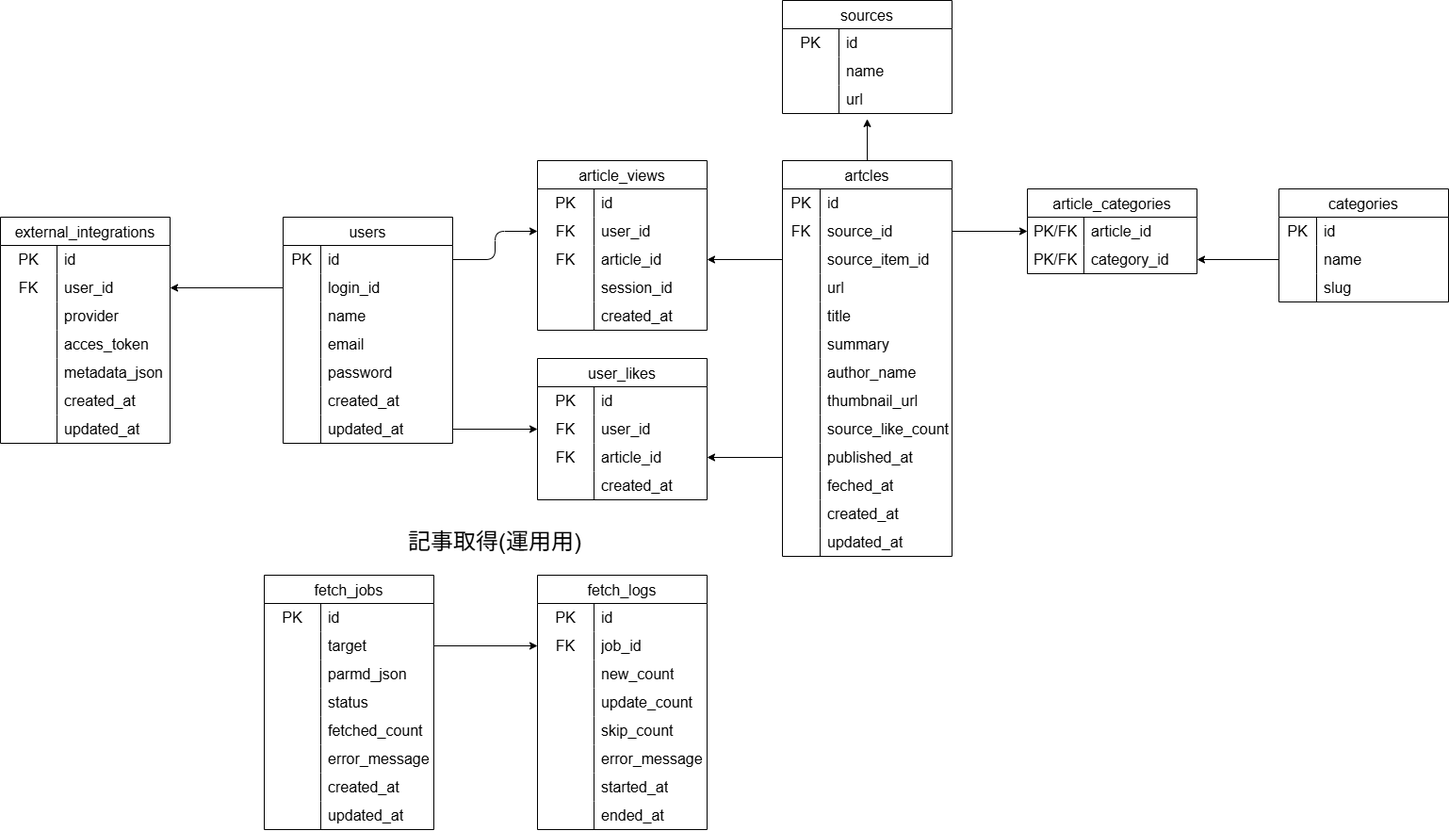
Before: docs/er/app.db.drawio.png, a diagram exported from draw.io (akito-arakawa/TechFeed). Source tidied: cells renumbered, new cells last; positions are measured from the earlier drawing's top-left corner, leaving out a move shared by most shapes.
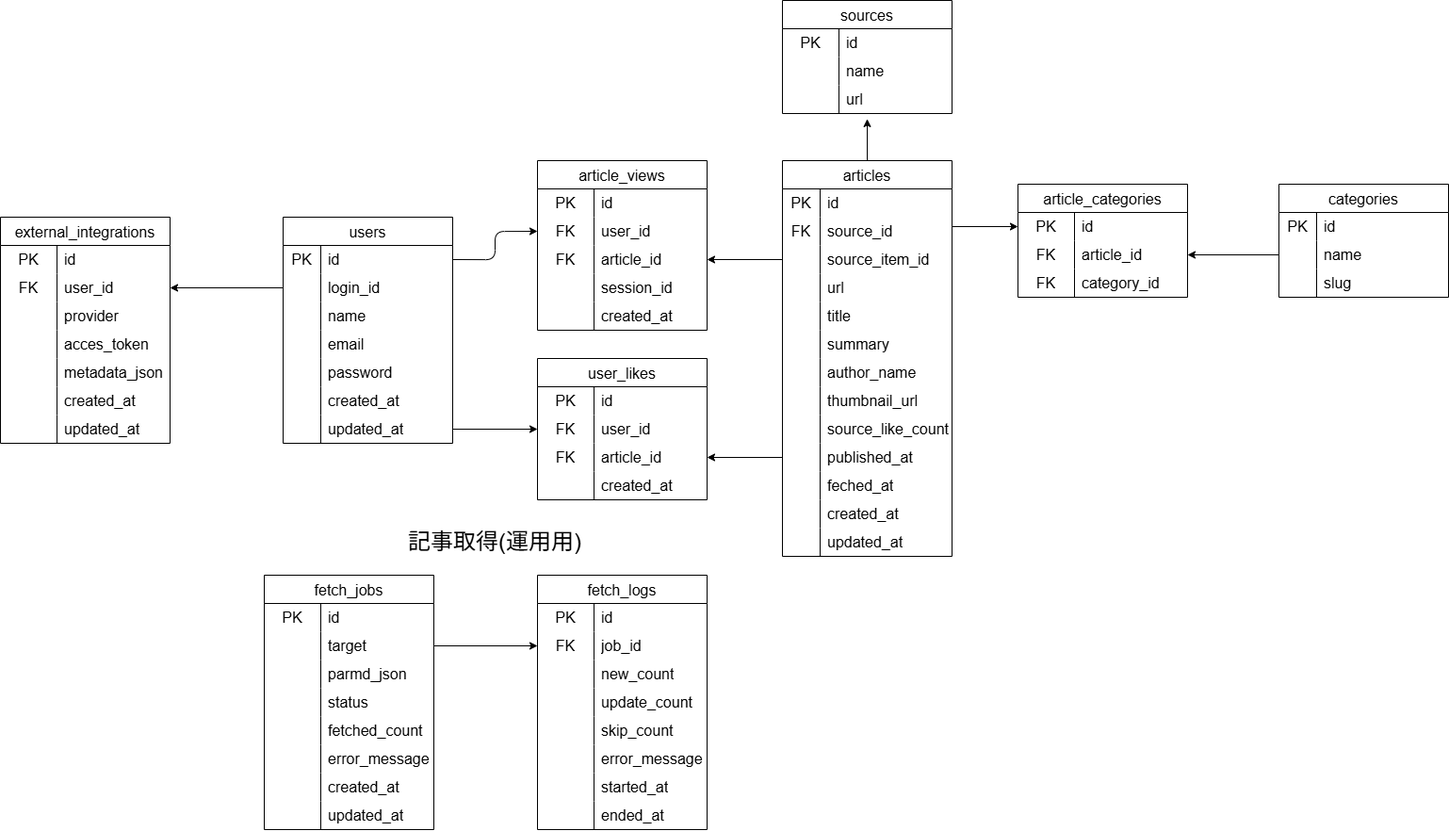
The same file after the commit.

What changed in the source:
```diff
@@ -68,7 +68,7 @@
     <mxCell id="23" value="updated_at" style="shape=partialRectangle;html=1;whiteSpace=wrap;fillColor=none;top=0;left=0;bottom=0;right=0;align=left;spacingLeft=6;overflow=hidden;strokeColor=inherit;fontSize=16;" parent="21" vertex="1">
       <mxGeometry x="40" width="140" height="30" as="geometry" />
     </mxCell>
-    <mxCell id="24" value="artcles" style="shape=table;startSize=30;rowLines=0;fontStyle=0;strokeColor=default;fontSize=16;" parent="1" vertex="1">
+    <mxCell id="24" value="articles" style="shape=table;startSize=30;rowLines=0;fontStyle=0;strokeColor=default;fontSize=16;" parent="1" vertex="1">
       <mxGeometry x="830" y="170" width="180" height="420" as="geometry" />
     </mxCell>
     <mxCell id="25" style="shape=tableRow;horizontal=0;startSize=0;swimlaneHead=0;swimlaneBody=0;top=0;left=0;bottom=0;right=0;fillColor=none;strokeColor=inherit;fontSize=16;" parent="24" vertex="1">
@@ -189,7 +189,7 @@
       <mxGeometry x="40" width="140" height="30" as="geometry" />
     </mxCell>
     <mxCell id="64" value="categories" style="shape=table;startSize=30;rowLines=0;fontStyle=0;strokeColor=default;fontSize=16;" parent="1" vertex="1">
-      <mxGeometry x="1357" y="200" width="180" height="120" as="geometry" />
+      <mxGeometry x="1357" y="195" width="180" height="120" as="geometry" />
     </mxCell>
     <mxCell id="65" style="shape=tableRow;horizontal=0;startSize=0;swimlaneHead=0;swimlaneBody=0;top=0;left=0;bottom=0;right=0;fillColor=none;strokeColor=inherit;fontSize=16;" parent="64" vertex="1">
       <mxGeometry y="30" width="180" height="30" as="geometry" />
@@ -219,28 +219,39 @@
       <mxGeometry x="40" width="140" height="30" as="geometry" />
     </mxCell>
     <mxCell id="74" value="article_categories" style="shape=table;startSize=30;rowLines=0;fontStyle=0;strokeColor=default;fontSize=16;" parent="1" vertex="1">
-      <mxGeometry x="1090" y="200" width="180" height="90" as="geometry" />
+      <mxGeometry x="1080" y="195" width="180" height="120" as="geometry" />
     </mxCell>
+    <mxCell id="202" style="shape=tableRow;horizontal=0;startSize=0;swimlaneHead=0;swimlaneBody=0;top=0;left=0;bottom=0;right=0;fillColor=none;points=[[0,0.5],[1,0.5]];portConstraint=eastwest;strokeColor=inherit;fontSize=16;" parent="74" vertex="1">
+      <mxGeometry y="30" width="180" height="30" as="geometry" />
+    </mxCell>
+    <mxCell id="203" value="PK" style="shape=partialRectangle;html=1;whiteSpace=wrap;fillColor=none;top=0;left=0;bottom=0;right=0;overflow=hidden;strokeColor=inherit;fontSize=16;" parent="202" vertex="1">
+      <mxGeometry width="60" height="30" as="geometry" />
+    </mxCell>
+    <mxCell id="204" value="id" style="shape=partialRectangle;html=1;whiteSpace=wrap;fillColor=none;top=0;left=0;bottom=0;right=0;align=left;spacingLeft=6;overflow=hidden;strokeColor=inherit;fontSize=16;" parent="202" vertex="1">
+      <mxGeometry x="60" width="120" height="30" as="geometry" />
+    </mxCell>
     <mxCell id="75" style="shape=tableRow;horizontal=0;startSize=0;swimlaneHead=0;swimlaneBody=0;top=0;left=0;bottom=0;right=0;fillColor=none;points=[[0,0.5],[1,0.5]];portConstraint=eastwest;strokeColor=inherit;fontSize=16;" parent="74" vertex="1">
-      <mxGeometry y="30" width="180" height="30" as="geometry" />
+      <mxGeometry y="60" width="180" height="30" as="geometry" />
     </mxCell>
-    <mxCell id="76" value="PK/FK" style="shape=partialRectangle;html=1;whiteSpace=wrap;fillColor=none;top=0;left=0;bottom=0;right=0;overflow=hidden;strokeColor=inherit;fontSize=16;" parent="75" vertex="1">
+    <mxCell id="76" value="FK" style="shape=partialRectangle;html=1;whiteSpace=wrap;fillColor=none;top=0;left=0;bottom=0;right=0;overflow=hidden;strokeColor=inherit;fontSize=16;" parent="75" vertex="1">
       <mxGeometry width="60" height="30" as="geometry" />
     </mxCell>
     <mxCell id="77" value="article_id" style="shape=partialRectangle;html=1;whiteSpace=wrap;fillColor=none;top=0;left=0;bottom=0;right=0;align=left;spacingLeft=6;overflow=hidden;strokeColor=inherit;fontSize=16;" parent="75" vertex="1">
       <mxGeometry x="60" width="120" height="30" as="geometry" />
     </mxCell>
     <mxCell id="78" style="shape=tableRow;horizontal=0;startSize=0;swimlaneHead=0;swimlaneBody=0;top=0;left=0;bottom=0;right=0;fillColor=none;points=[[0,0.5],[1,0.5]];portConstraint=eastwest;strokeColor=inherit;fontSize=16;" parent="74" vertex="1">
-      <mxGeometry y="60" width="180" height="30" as="geometry" />
+      <mxGeometry y="90" width="180" height="30" as="geometry" />
     </mxCell>
-    <mxCell id="79" value="PK/FK" style="shape=partialRectangle;html=1;whiteSpace=wrap;fillColor=none;top=0;left=0;bottom=0;right=0;overflow=hidden;strokeColor=inherit;fontSize=16;" parent="78" vertex="1">
+    <mxCell id="79" value="FK" style="shape=partialRectangle;html=1;whiteSpace=wrap;fillColor=none;top=0;left=0;bottom=0;right=0;overflow=hidden;strokeColor=inherit;fontSize=16;" parent="78" vertex="1">
       <mxGeometry width="60" height="30" as="geometry" />
     </mxCell>
     <mxCell id="80" value="category_id" style="shape=partialRectangle;html=1;whiteSpace=wrap;fillColor=none;top=0;left=0;bottom=0;right=0;align=left;spacingLeft=6;overflow=hidden;strokeColor=inherit;fontSize=16;" parent="78" vertex="1">
       <mxGeometry x="60" width="120" height="30" as="geometry" />
     </mxCell>
-    <mxCell id="81" style="edgeStyle=none;html=1;exitX=1;exitY=0.5;exitDx=0;exitDy=0;entryX=0;entryY=0.5;entryDx=0;entryDy=0;" parent="1" edge="1" source="28" target="75">
-      <mxGeometry relative="1" as="geometry" />
+    <mxCell id="81" style="edgeStyle=none;html=1;entryX=0;entryY=0.5;entryDx=0;entryDy=0;" parent="1" edge="1" target="202">
+      <mxGeometry relative="1" as="geometry">
+        <mxPoint x="1010" y="240" as="sourcePoint" />
+      </mxGeometry>
     </mxCell>
     <mxCell id="82" value="article_views" style="shape=table;startSize=30;rowLines=0;fontStyle=0;strokeColor=default;fontSize=16;" parent="1" vertex="1">
       <mxGeometry x="570" y="170" width="180" height="180" as="geometry" />
@@ -338,7 +349,7 @@
     <mxCell id="113" style="edgeStyle=orthogonalEdgeStyle;html=1;exitX=1;exitY=0.5;exitDx=0;exitDy=0;entryX=0;entryY=0.5;entryDx=0;entryDy=0;" parent="1" edge="1" source="3" target="86">
       <mxGeometry relative="1" as="geometry" />
     </mxCell>
-    <mxCell id="114" style="edgeStyle=none;html=1;exitX=0;exitY=0.5;exitDx=0;exitDy=0;entryX=1;entryY=0.5;entryDx=0;entryDy=0;" parent="1" edge="1" source="68" target="78">
+    <mxCell id="114" style="edgeStyle=none;html=1;exitX=0;exitY=0.5;exitDx=0;exitDy=0;entryX=1;entryY=0.5;entryDx=0;entryDy=0;" parent="1" edge="1" source="68" target="75">
       <mxGeometry relative="1" as="geometry" />
     </mxCell>
     <mxCell id="115" style="edgeStyle=none;html=1;exitX=0;exitY=0.5;exitDx=0;exitDy=0;entryX=1;entryY=0.5;entryDx=0;entryDy=0;" parent="1" edge="1" source="52" target="105">
```
